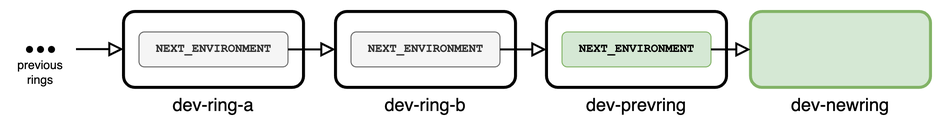
Above: docs/run-books/images/next_ring.drawio.png in microsoft/kalypso (draw.io), before the change. Source tidied: cells renumbered, new cells last; positions are measured from the earlier drawing's top-left corner, leaving out a move shared by most shapes. Source of this version:
```xml
<mxGraphModel background="#ffffff">
  <root>
    <mxCell id="0" />
    <mxCell id="1" parent="0" />
    <mxCell id="2" style="group;" parent="1" vertex="1">
      <mxGeometry x="740" width="180" height="76" as="geometry" />
    </mxCell>
    <mxCell id="3" value="dev-newring" style="rounded=1;whiteSpace=wrap;html=1;labelPosition=center;verticalLabelPosition=bottom;align=center;verticalAlign=top;strokeWidth=3;fontSize=18;fillColor=#d5e8d4;strokeColor=#82b366;" parent="2" vertex="1">
      <mxGeometry width="180" height="76" as="geometry" />
    </mxCell>
    <mxCell id="4" style="group;" parent="1" vertex="1">
      <mxGeometry x="536" width="180" height="76" as="geometry" />
    </mxCell>
    <mxCell id="5" value="dev-prevring" style="rounded=1;whiteSpace=wrap;html=1;labelPosition=center;verticalLabelPosition=bottom;align=center;verticalAlign=top;strokeWidth=3;fontSize=18;" parent="4" vertex="1">
      <mxGeometry width="180" height="76" as="geometry" />
    </mxCell>
    <mxCell id="6" value="NEXT_ENVIRONMENT" style="rounded=1;whiteSpace=wrap;html=1;fontFamily=Courier New;fontStyle=1;fillColor=#d5e8d4;strokeColor=#82b366;" parent="4" vertex="1">
      <mxGeometry x="15.5" y="20.5" width="149" height="35" as="geometry" />
    </mxCell>
    <mxCell id="7" style="group;" parent="1" vertex="1">
      <mxGeometry x="325" width="180" height="76" as="geometry" />
    </mxCell>
    <mxCell id="8" value="dev-ring-b" style="rounded=1;whiteSpace=wrap;html=1;labelPosition=center;verticalLabelPosition=bottom;align=center;verticalAlign=top;strokeWidth=3;fontSize=18;" parent="7" vertex="1">
      <mxGeometry width="180" height="76" as="geometry" />
    </mxCell>
    <mxCell id="9" value="NEXT_ENVIRONMENT" style="rounded=1;whiteSpace=wrap;html=1;fontFamily=Courier New;fontStyle=1;fillColor=#f5f5f5;fontColor=#333333;strokeColor=#666666;" parent="7" vertex="1">
      <mxGeometry x="15.5" y="20.5" width="149" height="35" as="geometry" />
    </mxCell>
    <mxCell id="10" style="group;" parent="1" vertex="1">
      <mxGeometry x="113" width="180" height="76" as="geometry" />
    </mxCell>
    <mxCell id="11" value="dev-ring-a" style="rounded=1;whiteSpace=wrap;html=1;labelPosition=center;verticalLabelPosition=bottom;align=center;verticalAlign=top;strokeWidth=3;fontSize=18;" parent="10" vertex="1">
      <mxGeometry width="180" height="76" as="geometry" />
    </mxCell>
    <mxCell id="12" value="NEXT_ENVIRONMENT" style="rounded=1;whiteSpace=wrap;html=1;fontFamily=Courier New;fontStyle=1;fillColor=#f5f5f5;fontColor=#333333;strokeColor=#666666;" parent="10" vertex="1">
      <mxGeometry x="15.5" y="20.5" width="149" height="35" as="geometry" />
    </mxCell>
    <mxCell id="13" style="edgeStyle=none;html=1;fontFamily=Courier New;fontSize=18;strokeWidth=2;endArrow=block;endFill=0;endSize=10;" parent="1" edge="1" source="12" target="8">
      <mxGeometry relative="1" as="geometry" />
    </mxCell>
    <mxCell id="14" style="edgeStyle=none;html=1;strokeWidth=2;fontFamily=Courier New;fontSize=18;endArrow=block;endFill=0;endSize=10;" parent="1" edge="1" source="9" target="5">
      <mxGeometry relative="1" as="geometry" />
    </mxCell>
    <mxCell id="15" style="edgeStyle=none;html=1;entryX=0;entryY=0.5;entryDx=0;entryDy=0;strokeWidth=2;fontFamily=Courier New;fontSize=18;endArrow=block;endFill=0;endSize=10;" parent="1" edge="1" source="6" target="3">
      <mxGeometry relative="1" as="geometry" />
    </mxCell>
    <mxCell id="16" style="edgeStyle=none;html=1;fontFamily=Courier New;fontSize=18;strokeWidth=2;endArrow=block;endFill=0;endSize=10;" parent="1" edge="1">
      <mxGeometry relative="1" as="geometry">
        <mxPoint x="65.5" y="37.7" as="sourcePoint" />
        <mxPoint x="113" y="37.7" as="targetPoint" />
      </mxGeometry>
    </mxCell>
    <mxCell id="17" style="ellipse;whiteSpace=wrap;html=1;fillColor=#000000;" parent="1" vertex="1">
      <mxGeometry x="16" y="35" width="6" height="6" as="geometry" />
    </mxCell>
    <mxCell id="18" style="ellipse;whiteSpace=wrap;html=1;fillColor=#000000;" parent="1" vertex="1">
      <mxGeometry x="27" y="35" width="6" height="6" as="geometry" />
    </mxCell>
    <mxCell id="19" style="ellipse;whiteSpace=wrap;html=1;fillColor=#000000;" parent="1" vertex="1">
      <mxGeometry x="38" y="35" width="6" height="6" as="geometry" />
    </mxCell>
    <mxCell id="20" value="previous rings" style="text;html=1;strokeColor=none;fillColor=none;align=center;verticalAlign=middle;whiteSpace=wrap;rounded=0;" parent="1" vertex="1">
      <mxGeometry y="46" width="60" height="30" as="geometry" />
    </mxCell>
  </root>
</mxGraphModel>
```
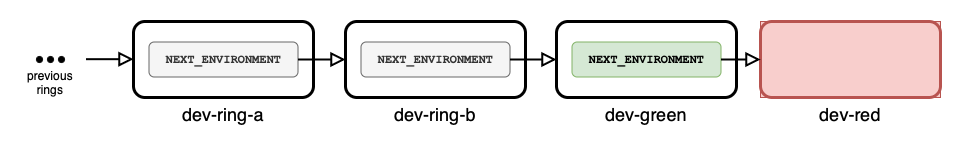
Above is the later version.

The edit, as a diff of the source:
```diff
@@ -2,16 +2,16 @@
   <root>
     <mxCell id="0" />
     <mxCell id="1" parent="0" />
-    <mxCell id="2" style="group;" parent="1" vertex="1">
+    <mxCell id="2" style="group;fillColor=#f8cecc;strokeColor=#b85450;" parent="1" vertex="1">
       <mxGeometry x="740" width="180" height="76" as="geometry" />
     </mxCell>
-    <mxCell id="3" value="dev-newring" style="rounded=1;whiteSpace=wrap;html=1;labelPosition=center;verticalLabelPosition=bottom;align=center;verticalAlign=top;strokeWidth=3;fontSize=18;fillColor=#d5e8d4;strokeColor=#82b366;" parent="2" vertex="1">
+    <mxCell id="3" value="dev-red" style="rounded=1;whiteSpace=wrap;html=1;labelPosition=center;verticalLabelPosition=bottom;align=center;verticalAlign=top;strokeWidth=3;fontSize=18;fillColor=#f8cecc;strokeColor=#b85450;" parent="2" vertex="1">
       <mxGeometry width="180" height="76" as="geometry" />
     </mxCell>
     <mxCell id="4" style="group;" parent="1" vertex="1">
       <mxGeometry x="536" width="180" height="76" as="geometry" />
     </mxCell>
-    <mxCell id="5" value="dev-prevring" style="rounded=1;whiteSpace=wrap;html=1;labelPosition=center;verticalLabelPosition=bottom;align=center;verticalAlign=top;strokeWidth=3;fontSize=18;" parent="4" vertex="1">
+    <mxCell id="5" value="dev-green" style="rounded=1;whiteSpace=wrap;html=1;labelPosition=center;verticalLabelPosition=bottom;align=center;verticalAlign=top;strokeWidth=3;fontSize=18;" parent="4" vertex="1">
       <mxGeometry width="180" height="76" as="geometry" />
     </mxCell>
     <mxCell id="6" value="NEXT_ENVIRONMENT" style="rounded=1;whiteSpace=wrap;html=1;fontFamily=Courier New;fontStyle=1;fillColor=#d5e8d4;strokeColor=#82b366;" parent="4" vertex="1">
```
